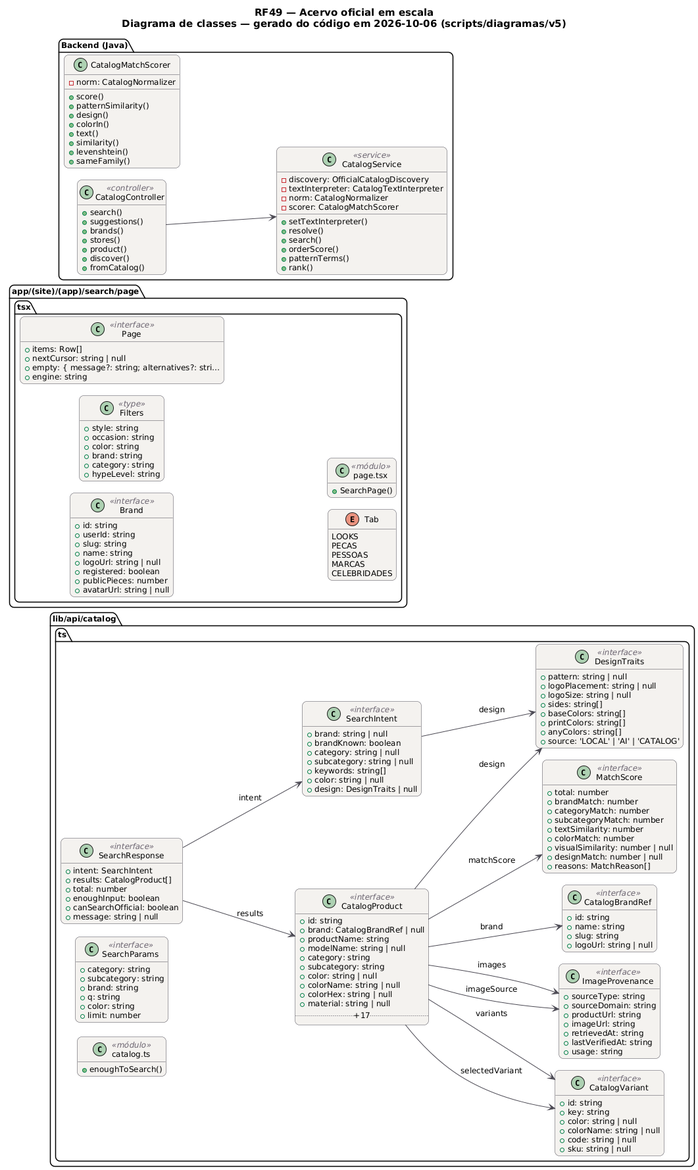
Earlier version of the PlantUML export docs/diagramas/RF49/acervo-oficial/RF49_Classes.png (MatheusHaliski/tcc-2026-fashion-ai-backend). Source of this version:
```plantuml
@startuml RF49_Classes
!pragma layout smetana
skinparam backgroundColor #FFFFFF
skinparam shadowing false
skinparam defaultFontName "DejaVu Sans"
skinparam defaultFontSize 12
skinparam titleFontSize 15
skinparam roundcorner 14
skinparam ArrowColor #52606D
skinparam note {
  BackgroundColor #FFFDEB
  BorderColor #D8CE78
  FontColor #554F24
}
skinparam class {
  BackgroundColor #F4F2EF
  BorderColor #4A4852
  ArrowColor #4A4852
  StereotypeFontColor #6B6470
}
hide empty members
left to right direction
title RF49 — Acervo oficial em escala\nDiagrama de classes — gerado do código em 2026-10-06 (scripts/diagramas/v5)

package "lib/api/catalog.ts" {
  class CatalogProduct as "CatalogProduct" <<interface>> {
    +id: string
    +brand: CatalogBrandRef | null
    +productName: string
    +modelName: string | null
    +category: string
    +subcategory: string
    +color: string | null
    +colorName: string | null
    +colorHex: string | null
    +material: string | null
    .. +17 ..
  }
  class MatchScore as "MatchScore" <<interface>> {
    +total: number
    +brandMatch: number
    +categoryMatch: number
    +subcategoryMatch: number
    +textSimilarity: number
    +colorMatch: number
    +visualSimilarity: number | null
    +designMatch: number | null
    +reasons: MatchReason[]
  }
  class CatalogVariant as "CatalogVariant" <<interface>> {
    +id: string
    +key: string
    +color: string | null
    +colorName: string | null
    +code: string | null
    +sku: string | null
  }
  class DesignTraits as "DesignTraits" <<interface>> {
    +pattern: string | null
    +logoPlacement: string | null
    +logoSize: string | null
    +sides: string[]
    +baseColors: string[]
    +printColors: string[]
    +anyColors: string[]
    +source: 'LOCAL' | 'AI' | 'CATALOG'
  }
  class ImageProvenance as "ImageProvenance" <<interface>> {
    +sourceType: string
    +sourceDomain: string
    +productUrl: string
    +imageUrl: string
    +retrievedAt: string
    +lastVerifiedAt: string
    +usage: string
  }
  class SearchIntent as "SearchIntent" <<interface>> {
    +brand: string | null
    +brandKnown: boolean
    +category: string | null
    +subcategory: string | null
    +keywords: string[]
    +color: string | null
    +design: DesignTraits | null
  }
  class SearchResponse as "SearchResponse" <<interface>> {
    +intent: SearchIntent
    +results: CatalogProduct[]
    +total: number
    +enoughInput: boolean
    +canSearchOfficial: boolean
    +message: string | null
  }
  class SearchParams as "SearchParams" <<interface>> {
    +category: string
    +subcategory: string
    +brand: string
    +q: string
    +color: string
    +limit: number
  }
  class CatalogBrandRef as "CatalogBrandRef" <<interface>> {
    +id: string
    +name: string
    +slug: string
    +logoUrl: string | null
  }
  class mod_catalog_ts as "catalog.ts" <<módulo>> {
    +enoughToSearch()
  }
}
package "app/(site)/(app)/search/page.tsx" {
  class Brand as "Brand" <<interface>> {
    +id: string
    +userId: string
    +slug: string
    +name: string
    +logoUrl: string | null
    +registered: boolean
    +publicPieces: number
    +avatarUrl: string | null
  }
  class Filters as "Filters" <<type>> {
    +style: string
    +occasion: string
    +color: string
    +brand: string
    +category: string
    +hypeLevel: string
  }
  class Page as "Page" <<interface>> {
    +items: Row[]
    +nextCursor: string | null
    +empty: { message?: string; alternatives?: stri…
    +engine: string
  }
  enum Tab as "Tab" {
    LOOKS
    PECAS
    PESSOAS
    MARCAS
    CELEBRIDADES
  }
  class mod_page_tsx as "page.tsx" <<módulo>> {
    +SearchPage()
  }
}
package "Backend (Java)" {
  class CatalogMatchScorer  {
    -norm: CatalogNormalizer
    +score()
    +patternSimilarity()
    +design()
    +colorIn()
    +text()
    +similarity()
    +levenshtein()
    +sameFamily()
  }
  class CatalogService <<service>> {
    -discovery: OfficialCatalogDiscovery
    -textInterpreter: CatalogTextInterpreter
    -norm: CatalogNormalizer
    -scorer: CatalogMatchScorer
    +setTextInterpreter()
    +resolve()
    +search()
    +orderScore()
    +patternTerms()
    +rank()
  }
  class CatalogController <<controller>> {
    +search()
    +suggestions()
    +brands()
    +stores()
    +product()
    +discover()
    +fromCatalog()
  }
}
CatalogController --> CatalogService
CatalogProduct --> CatalogBrandRef : brand
CatalogProduct --> CatalogVariant : selectedVariant
CatalogProduct --> CatalogVariant : variants
CatalogProduct --> DesignTraits : design
CatalogProduct --> ImageProvenance : imageSource
CatalogProduct --> ImageProvenance : images
CatalogProduct --> MatchScore : matchScore
SearchIntent --> DesignTraits : design
SearchResponse --> CatalogProduct : results
SearchResponse --> SearchIntent : intent
@enduml
```
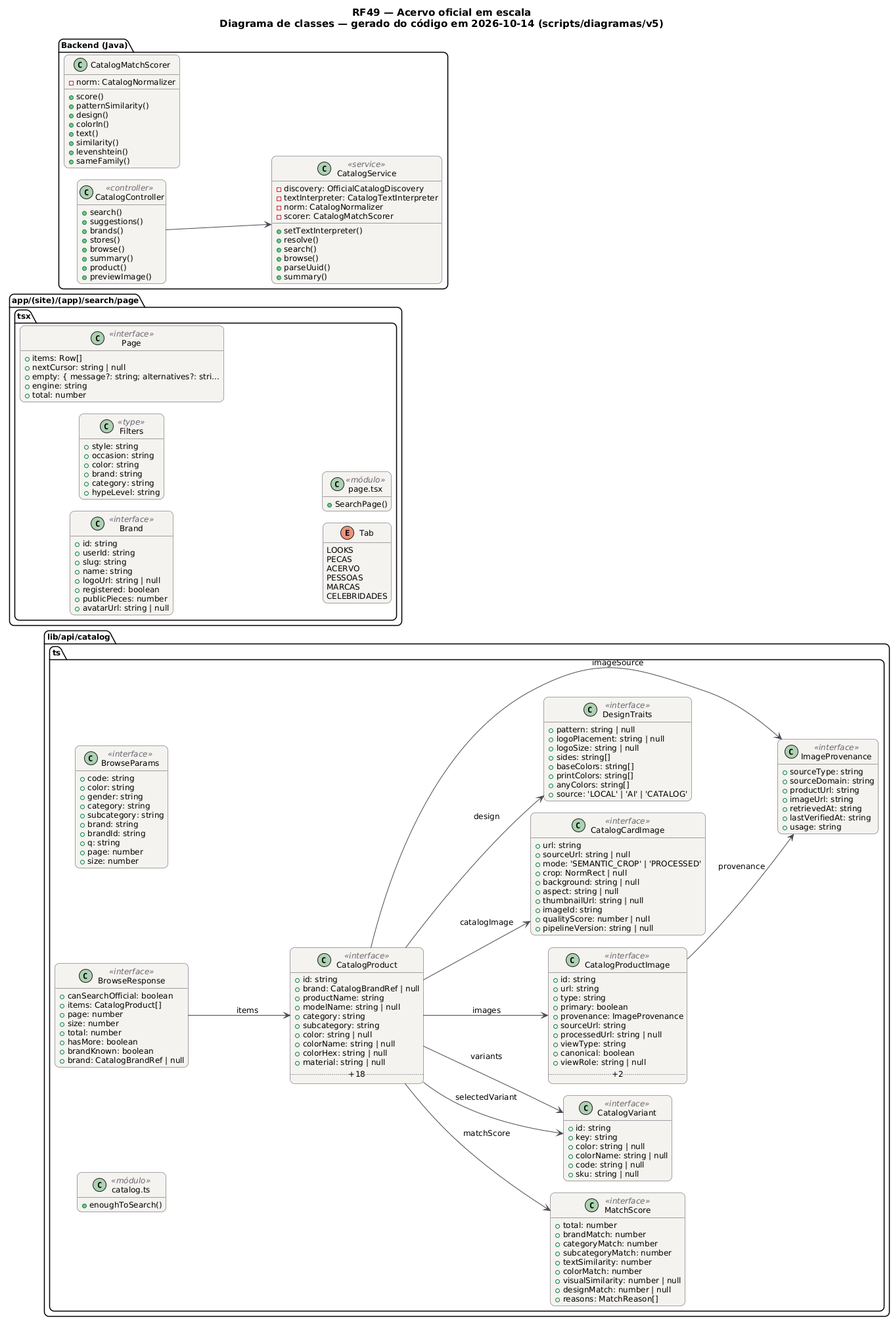
Later version of the same file.

What changed in the source:
```diff
@@ -20,7 +20,7 @@
 }
 hide empty members
 left to right direction
-title RF49 — Acervo oficial em escala\nDiagrama de classes — gerado do código em 2026-10-06 (scripts/diagramas/v5)
+title RF49 — Acervo oficial em escala\nDiagrama de classes — gerado do código em 2026-10-14 (scripts/diagramas/v5)
 
 package "lib/api/catalog.ts" {
   class CatalogProduct as "CatalogProduct" <<interface>> {
@@ -34,7 +34,7 @@
     +colorName: string | null
     +colorHex: string | null
     +material: string | null
-    .. +17 ..
+    .. +18 ..
   }
   class MatchScore as "MatchScore" <<interface>> {
     +total: number
@@ -55,6 +55,43 @@
     +code: string | null
     +sku: string | null
   }
+  class CatalogProductImage as "CatalogProductImage" <<interface>> {
+    +id: string
+    +url: string
+    +type: string
+    +primary: boolean
+    +provenance: ImageProvenance
+    +sourceUrl: string
+    +processedUrl: string | null
+    +viewType: string
+    +canonical: boolean
+    +viewRole: string | null
+    .. +2 ..
+  }
+  class CatalogCardImage as "CatalogCardImage" <<interface>> {
+    +url: string
+    +sourceUrl: string | null
+    +mode: 'SEMANTIC_CROP' | 'PROCESSED'
+    +crop: NormRect | null
+    +background: string | null
+    +aspect: string | null
+    +thumbnailUrl: string | null
+    +imageId: string
+    +qualityScore: number | null
+    +pipelineVersion: string | null
+  }
+  class BrowseParams as "BrowseParams" <<interface>> {
+    +code: string
+    +color: string
+    +gender: string
+    +category: string
+    +subcategory: string
+    +brand: string
+    +brandId: string
+    +q: string
+    +page: number
+    +size: number
+  }
   class DesignTraits as "DesignTraits" <<interface>> {
     +pattern: string | null
     +logoPlacement: string | null
@@ -65,6 +102,16 @@
     +anyColors: string[]
     +source: 'LOCAL' | 'AI' | 'CATALOG'
   }
+  class BrowseResponse as "BrowseResponse" <<interface>> {
+    +canSearchOfficial: boolean
+    +items: CatalogProduct[]
+    +page: number
+    +size: number
+    +total: number
+    +hasMore: boolean
+    +brandKnown: boolean
+    +brand: CatalogBrandRef | null
+  }
   class ImageProvenance as "ImageProvenance" <<interface>> {
     +sourceType: string
     +sourceDomain: string
@@ -73,37 +120,6 @@
     +retrievedAt: string
     +lastVerifiedAt: string
     +usage: string
-  }
-  class SearchIntent as "SearchIntent" <<interface>> {
-    +brand: string | null
-    +brandKnown: boolean
-    +category: string | null
-    +subcategory: string | null
-    +keywords: string[]
-    +color: string | null
-    +design: DesignTraits | null
-  }
-  class SearchResponse as "SearchResponse" <<interface>> {
-    +intent: SearchIntent
-    +results: CatalogProduct[]
-    +total: number
-    +enoughInput: boolean
-    +canSearchOfficial: boolean
-    +message: string | null
-  }
-  class SearchParams as "SearchParams" <<interface>> {
-    +category: string
-    +subcategory: string
-    +brand: string
-    +q: string
-    +color: string
-    +limit: number
-  }
-  class CatalogBrandRef as "CatalogBrandRef" <<interface>> {
-    +id: string
-    +name: string
-    +slug: string
-    +logoUrl: string | null
   }
   class mod_catalog_ts as "catalog.ts" <<módulo>> {
     +enoughToSearch()
@@ -133,10 +149,12 @@
     +nextCursor: string | null
     +empty: { message?: string; alternatives?: stri…
     +engine: string
+    +total: number
   }
   enum Tab as "Tab" {
     LOOKS
     PECAS
+    ACERVO
     PESSOAS
     MARCAS
     CELEBRIDADES
@@ -165,29 +183,29 @@
     +setTextInterpreter()
     +resolve()
     +search()
-    +orderScore()
-    +patternTerms()
-    +rank()
+    +browse()
+    +parseUuid()
+    +summary()
   }
   class CatalogController <<controller>> {
     +search()
     +suggestions()
     +brands()
     +stores()
+    +browse()
+    +summary()
     +product()
-    +discover()
-    +fromCatalog()
+    +previewImage()
   }
 }
 CatalogController --> CatalogService
-CatalogProduct --> CatalogBrandRef : brand
+BrowseResponse --> CatalogProduct : items
+CatalogProduct --> CatalogCardImage : catalogImage
+CatalogProduct --> CatalogProductImage : images
 CatalogProduct --> CatalogVariant : selectedVariant
 CatalogProduct --> CatalogVariant : variants
 CatalogProduct --> DesignTraits : design
 CatalogProduct --> ImageProvenance : imageSource
-CatalogProduct --> ImageProvenance : images
 CatalogProduct --> MatchScore : matchScore
-SearchIntent --> DesignTraits : design
-SearchResponse --> CatalogProduct : results
-SearchResponse --> SearchIntent : intent
+CatalogProductImage --> ImageProvenance : provenance
 @enduml
```
